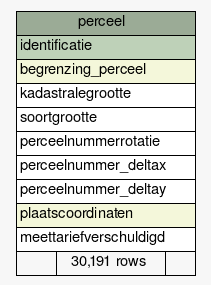
The Graphviz diagram datamodel/schemaspy/brk/diagrams/summary/perceel.1degree.png in B3Partners/brmo, before a commit. Its source is kept beside it as datamodel/schemaspy/brk/diagrams/summary/perceel.1degree.dot.
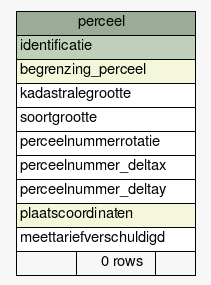
After the change.

What changed in the source:
```diff
@@ -28,7 +28,7 @@
       <TR><TD PORT="perceelnummer_deltay" COLSPAN="3" ALIGN="LEFT">perceelnummer_deltay</TD></TR>
       <TR><TD PORT="plaatscoordinaten" COLSPAN="3" BGCOLOR="#f4f7da" ALIGN="LEFT">plaatscoordinaten</TD></TR>
       <TR><TD PORT="meettariefverschuldigd" COLSPAN="3" ALIGN="LEFT">meettariefverschuldigd</TD></TR>
-      <TR><TD ALIGN="LEFT" BGCOLOR="#f7f7f7">  </TD><TD ALIGN="RIGHT" BGCOLOR="#f7f7f7">30,191 rows</TD><TD ALIGN="RIGHT" BGCOLOR="#f7f7f7">  </TD></TR>
+      <TR><TD ALIGN="LEFT" BGCOLOR="#f7f7f7">  </TD><TD ALIGN="RIGHT" BGCOLOR="#f7f7f7">0 rows</TD><TD ALIGN="RIGHT" BGCOLOR="#f7f7f7">  </TD></TR>
     </TABLE>>
     URL="tables/perceel.html"
     tooltip="perceel"
```
